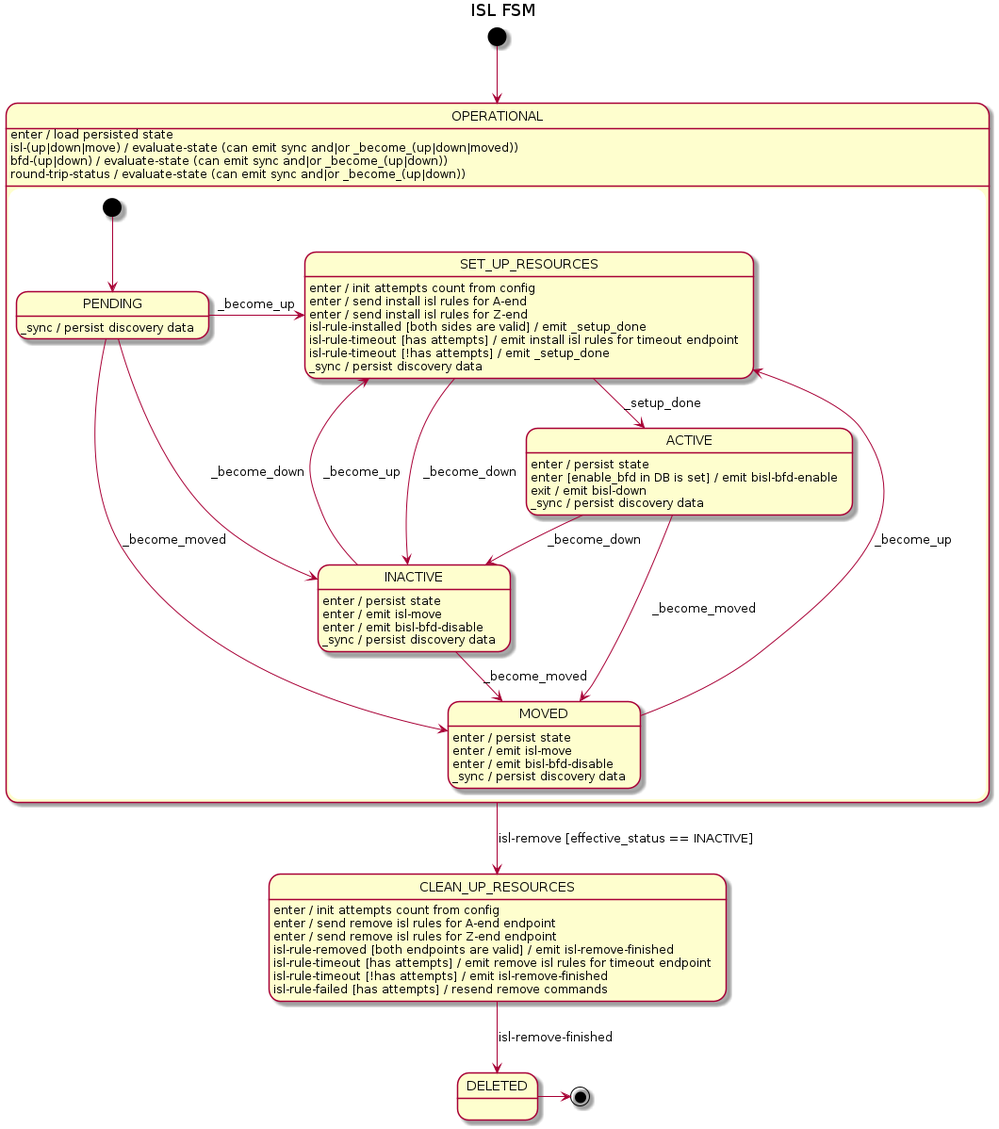
Above: docs/design/network-discovery/ISL-FSM.png in surabujin/open-kilda (PlantUML), before the change.
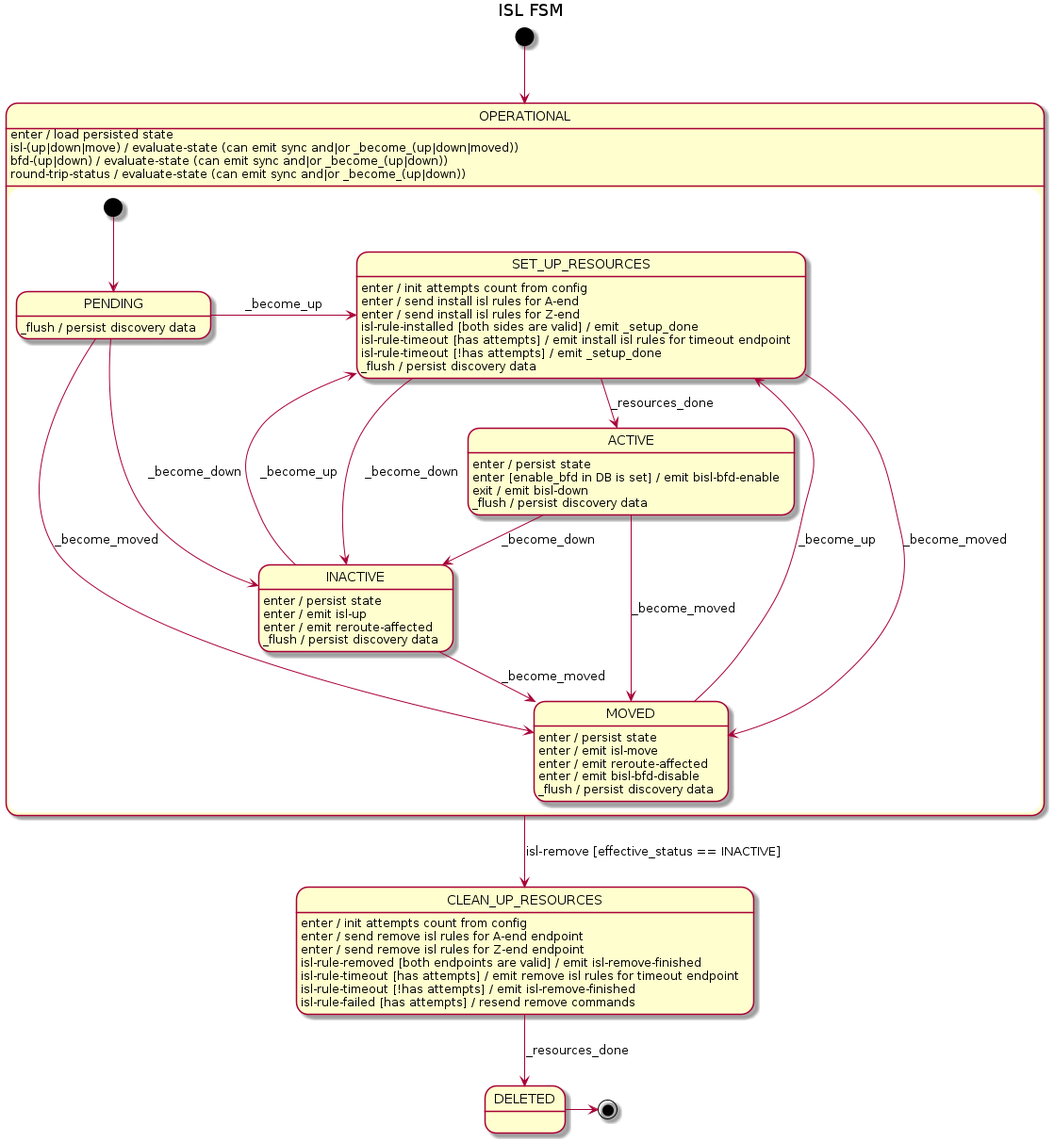
The same diagram one commit later.

The edit, as a diff of the source:
```diff
@@ -9,37 +9,39 @@
     PENDING -r-> SET_UP_RESOURCES : _become_up
     PENDING --> INACTIVE : _become_down
     PENDING --> MOVED : _become_moved
-    PENDING : _sync / persist discovery data
+    PENDING : _flush / persist discovery data
 
-    SET_UP_RESOURCES --> ACTIVE : _setup_done
+    SET_UP_RESOURCES --> ACTIVE : _resources_done
     SET_UP_RESOURCES --> INACTIVE : _become_down
+    SET_UP_RESOURCES --> MOVED : _become_moved
     SET_UP_RESOURCES : enter / init attempts count from config
     SET_UP_RESOURCES : enter / send install isl rules for A-end
     SET_UP_RESOURCES : enter / send install isl rules for Z-end
     SET_UP_RESOURCES : isl-rule-installed [both sides are valid] / emit _setup_done
     SET_UP_RESOURCES : isl-rule-timeout [has attempts] / emit install isl rules for timeout endpoint
     SET_UP_RESOURCES : isl-rule-timeout [!has attempts] / emit _setup_done
-    SET_UP_RESOURCES : _sync / persist discovery data
+    SET_UP_RESOURCES : _flush / persist discovery data
 
     ACTIVE --> INACTIVE : _become_down
     ACTIVE --> MOVED : _become_moved
     ACTIVE : enter / persist state
     ACTIVE : enter [enable_bfd in DB is set] / emit bisl-bfd-enable
     ACTIVE : exit / emit bisl-down
-    ACTIVE : _sync / persist discovery data
+    ACTIVE : _flush / persist discovery data
 
     INACTIVE --> SET_UP_RESOURCES : _become_up
     INACTIVE -d-> MOVED : _become_moved
     INACTIVE : enter / persist state
-    INACTIVE : enter / emit isl-move
-    INACTIVE : enter / emit bisl-bfd-disable
-    INACTIVE : _sync / persist discovery data
+    INACTIVE : enter / emit isl-up
+    INACTIVE : enter / emit reroute-affected
+    INACTIVE : _flush / persist discovery data
 
     MOVED --> SET_UP_RESOURCES : _become_up
     MOVED : enter / persist state
     MOVED : enter / emit isl-move
+    MOVED : enter / emit reroute-affected
     MOVED : enter / emit bisl-bfd-disable
-    MOVED : _sync / persist discovery data
+    MOVED : _flush / persist discovery data
 }
 OPERATIONAL --> CLEAN_UP_RESOURCES : isl-remove [effective_status == INACTIVE]
 OPERATIONAL : enter / load persisted state
@@ -54,7 +56,7 @@
 CLEAN_UP_RESOURCES : isl-rule-timeout [has attempts] / emit remove isl rules for timeout endpoint
 CLEAN_UP_RESOURCES : isl-rule-timeout [!has attempts] / emit isl-remove-finished
 CLEAN_UP_RESOURCES : isl-rule-failed [has attempts] / resend remove commands
-CLEAN_UP_RESOURCES --> DELETED : isl-remove-finished
+CLEAN_UP_RESOURCES --> DELETED : _resources_done
 
 DELETED -> [*]
 @enduml
```
